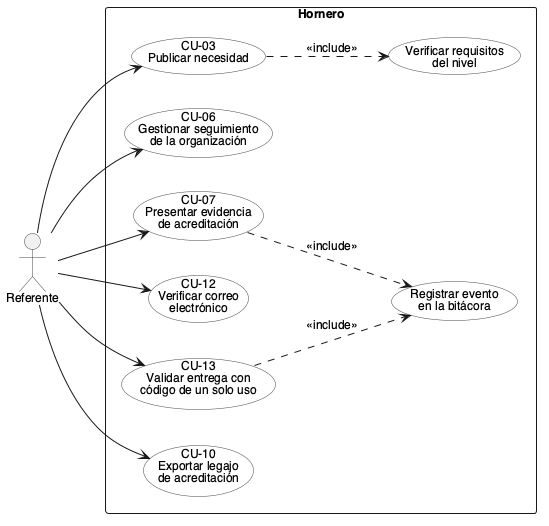
S21-Projects/hornero_monorepo keeps this PlantUML diagram as docs/tesis/diagramas/casos-uso/referente.png. Above is the earlier version. The source it was exported from:
```plantuml
@startuml
!include _estilo.iuml

actor "Referente" as Referente

rectangle "Hornero" {
  usecase "CU-03\nPublicar necesidad" as CU03
  usecase "CU-06\nGestionar seguimiento\nde la organización" as CU06
  usecase "CU-07\nPresentar evidencia\nde acreditación" as CU07
  usecase "CU-12\nVerificar correo\nelectrónico" as CU12
  usecase "CU-13\nValidar entrega con\ncódigo de un solo uso" as CU13
  usecase "CU-10\nExportar legajo\nde acreditación" as CU10
  usecase "Registrar evento\nen la bitácora" as Bitacora
  usecase "Verificar requisitos\ndel nivel" as VerificarReq
}

Referente --> CU03
Referente --> CU06
Referente --> CU07
Referente --> CU12
Referente --> CU13
Referente --> CU10

CU03 ..> VerificarReq : <<include>>
CU07 ..> Bitacora : <<include>>
CU13 ..> Bitacora : <<include>>

@enduml
```
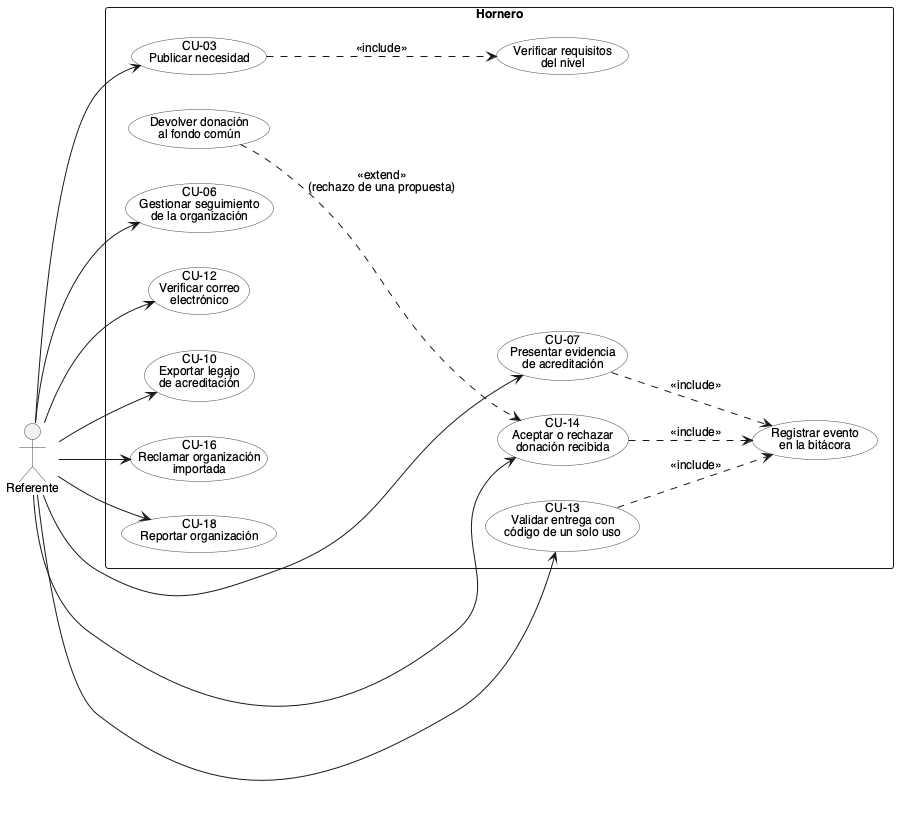
After the change.

What changed in the source:
```diff
@@ -10,6 +10,10 @@
   usecase "CU-12\nVerificar correo\nelectrónico" as CU12
   usecase "CU-13\nValidar entrega con\ncódigo de un solo uso" as CU13
   usecase "CU-10\nExportar legajo\nde acreditación" as CU10
+  usecase "CU-14\nAceptar o rechazar\ndonación recibida" as CU14
+  usecase "CU-16\nReclamar organización\nimportada" as CU16
+  usecase "CU-18\nReportar organización" as CU18
+  usecase "Devolver donación\nal fondo común" as Devolver
   usecase "Registrar evento\nen la bitácora" as Bitacora
   usecase "Verificar requisitos\ndel nivel" as VerificarReq
 }
@@ -20,9 +24,14 @@
 Referente --> CU12
 Referente --> CU13
 Referente --> CU10
+Referente --> CU14
+Referente --> CU16
+Referente --> CU18
 
 CU03 ..> VerificarReq : <<include>>
 CU07 ..> Bitacora : <<include>>
 CU13 ..> Bitacora : <<include>>
+CU14 ..> Bitacora : <<include>>
+Devolver ..> CU14 : <<extend>>\n(rechazo de una propuesta)
 
 @enduml
```
